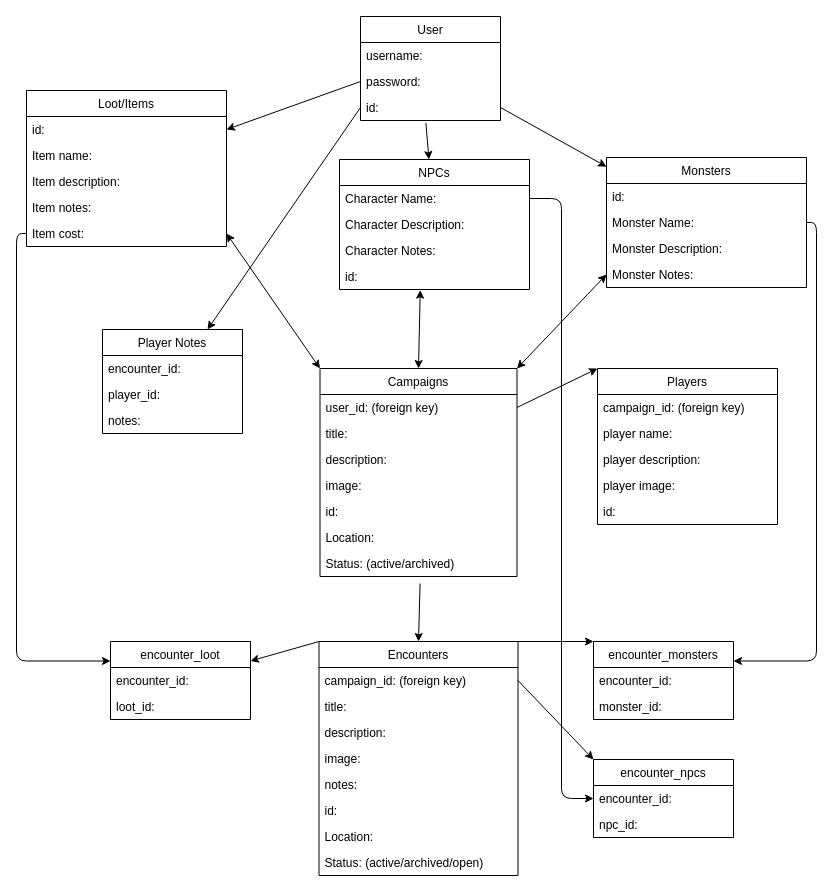
Matt-Eva/Encounter keeps this draw.io diagram as phase-4-project.drawio. Above is the earlier version. Source tidied: cells renumbered, new cells numbered last; positions are measured from the earlier drawing's top-left corner, leaving out a move shared by most shapes. Both pictures are drawn from the tidied source at 100%, with x=0, y=0 at pixel (26, 16).
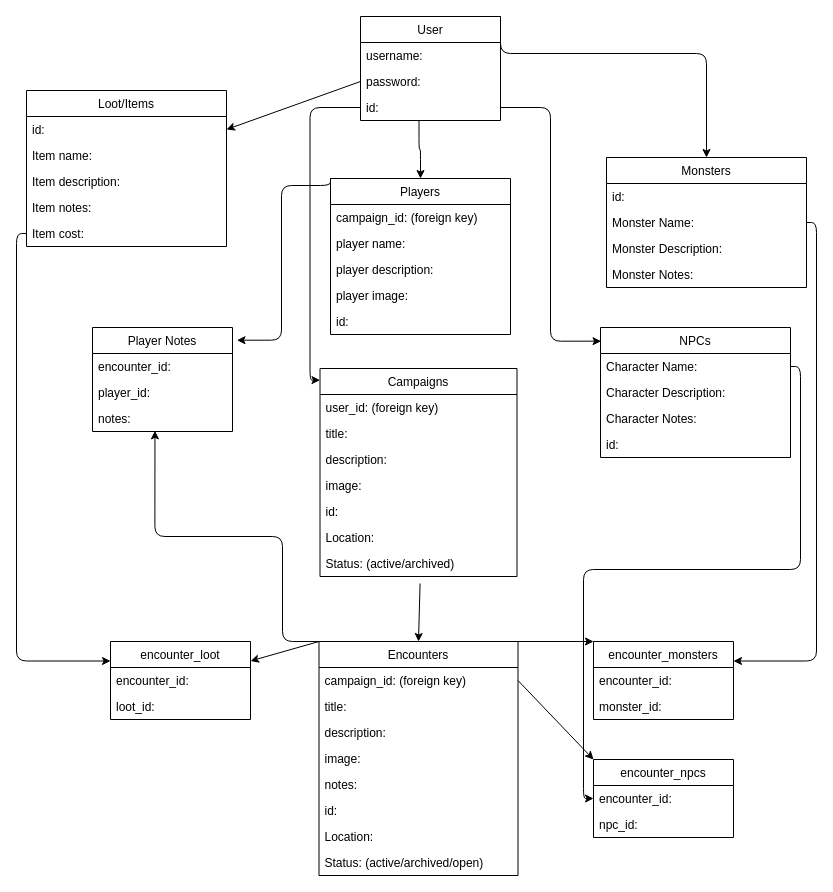
The same diagram, later.

Commit message:
updated schema with Matt

Unchanged cells that the change refers to:
```xml
<mxCell id="2" value="User" style="swimlane;fontStyle=0;horizontal=1;startSize=26;fillColor=none;" parent="1" vertex="1">
  <mxGeometry x="334" width="140" height="104" as="geometry" />
</mxCell>
<mxCell id="5" value="id:" style="text;strokeColor=none;fillColor=none;align=left;verticalAlign=top;spacingLeft=4;spacingRight=4;overflow=hidden;points=[[0,0.5],[1,0.5]];portConstraint=eastwest;" parent="2" vertex="1">
  <mxGeometry y="78" width="140" height="26" as="geometry" />
</mxCell>
<mxCell id="6" value="Campaigns" style="swimlane;fontStyle=0;horizontal=1;startSize=26;fillColor=none;" parent="1" vertex="1">
  <mxGeometry x="293.5" y="352" width="197" height="208" as="geometry" />
</mxCell>
<mxCell id="7" value="user_id: (foreign key)" style="text;strokeColor=none;fillColor=none;align=left;verticalAlign=top;spacingLeft=4;spacingRight=4;overflow=hidden;points=[[0,0.5],[1,0.5]];portConstraint=eastwest;" parent="6" vertex="1">
  <mxGeometry y="26" width="197" height="26" as="geometry" />
</mxCell>
<mxCell id="22" value="Encounters" style="swimlane;fontStyle=0;horizontal=1;startSize=26;fillColor=none;" parent="1" vertex="1">
  <mxGeometry x="292.5" y="625" width="199" height="234" as="geometry" />
</mxCell>
<mxCell id="35" value="id:" style="text;strokeColor=none;fillColor=none;align=left;verticalAlign=top;spacingLeft=4;spacingRight=4;overflow=hidden;points=[[0,0.5],[1,0.5]];portConstraint=eastwest;" parent="31" vertex="1">
  <mxGeometry y="104" width="190" height="26" as="geometry" />
</mxCell>
<mxCell id="36" value="Monsters" style="swimlane;fontStyle=0;horizontal=1;startSize=26;fillColor=none;" parent="1" vertex="1">
  <mxGeometry x="580" y="141" width="200" height="130" as="geometry" />
</mxCell>
<mxCell id="40" value="Monster Notes:" style="text;strokeColor=none;fillColor=none;align=left;verticalAlign=top;spacingLeft=4;spacingRight=4;overflow=hidden;points=[[0,0.5],[1,0.5]];portConstraint=eastwest;" parent="36" vertex="1">
  <mxGeometry y="104" width="200" height="26" as="geometry" />
</mxCell>
<mxCell id="46" value="Item cost:" style="text;strokeColor=none;fillColor=none;align=left;verticalAlign=top;spacingLeft=4;spacingRight=4;overflow=hidden;points=[[0,0.5],[1,0.5]];portConstraint=eastwest;" parent="41" vertex="1">
  <mxGeometry y="130" width="200" height="26" as="geometry" />
</mxCell>
<mxCell id="50" value="notes:" style="text;strokeColor=none;fillColor=none;align=left;verticalAlign=top;spacingLeft=4;spacingRight=4;overflow=hidden;points=[[0,0.5],[1,0.5]];portConstraint=eastwest;" parent="47" vertex="1">
  <mxGeometry y="78" width="140" height="26" as="geometry" />
</mxCell>
```

What changed in the source:
```diff
@@
+    <mxCell id="74" style="edgeStyle=orthogonalEdgeStyle;html=1;exitX=1;exitY=0;exitDx=0;exitDy=0;entryX=0.5;entryY=0;entryDx=0;entryDy=0;startArrow=none;startFill=0;" parent="1" edge="1" source="2" target="36">
+      <mxGeometry relative="1" as="geometry">
+        <Array as="points">
+          <mxPoint x="474" y="37" />
+          <mxPoint x="680" y="37" />
+        </Array>
+      </mxGeometry>
+    </mxCell>
@@
+    <mxCell id="75" style="edgeStyle=orthogonalEdgeStyle;html=1;exitX=0;exitY=0;exitDx=0;exitDy=0;entryX=1.032;entryY=0.122;entryDx=0;entryDy=0;entryPerimeter=0;startArrow=none;startFill=0;" parent="1" edge="1" source="14" target="47">
+      <mxGeometry relative="1" as="geometry">
+        <Array as="points">
+          <mxPoint x="304" y="169" />
+          <mxPoint x="255" y="169" />
+          <mxPoint x="255" y="324" />
+        </Array>
+      </mxGeometry>
+    </mxCell>
     <mxCell id="14" value="Players" style="swimlane;fontStyle=0;horizontal=1;startSize=26;fillColor=none;" parent="1" vertex="1">
-      <mxGeometry x="571" y="352" width="180" height="156" as="geometry" />
+      <mxGeometry x="304" y="162" width="180" height="156" as="geometry" />
     </mxCell>
@@
+    <mxCell id="76" style="edgeStyle=orthogonalEdgeStyle;html=1;exitX=0;exitY=0;exitDx=0;exitDy=0;entryX=0.446;entryY=0.974;entryDx=0;entryDy=0;entryPerimeter=0;startArrow=none;startFill=0;" parent="1" edge="1" source="22" target="50">
+      <mxGeometry relative="1" as="geometry">
+        <Array as="points">
+          <mxPoint x="256" y="625" />
+          <mxPoint x="256" y="520" />
+          <mxPoint x="128" y="520" />
+        </Array>
+      </mxGeometry>
+    </mxCell>
@@
     <mxCell id="31" value="NPCs" style="swimlane;fontStyle=0;horizontal=1;startSize=26;fillColor=none;" parent="1" vertex="1">
-      <mxGeometry x="313" y="143" width="190" height="130" as="geometry" />
+      <mxGeometry x="574" y="311" width="190" height="130" as="geometry" />
     </mxCell>
@@
     <mxCell id="47" value="Player Notes" style="swimlane;fontStyle=0;horizontal=1;startSize=26;fillColor=none;" parent="1" vertex="1">
-      <mxGeometry x="76" y="313" width="140" height="104" as="geometry" />
+      <mxGeometry x="66" y="311" width="140" height="104" as="geometry" />
     </mxCell>
@@
-    <mxCell id="61" style="html=1;exitX=0.467;exitY=1.098;exitDx=0;exitDy=0;exitPerimeter=0;" parent="1" edge="1" source="5" target="31">
-      <mxGeometry relative="1" as="geometry" />
-    </mxCell>
-    <mxCell id="62" style="html=1;exitX=1;exitY=0.5;exitDx=0;exitDy=0;" parent="1" edge="1" source="5" target="36">
-      <mxGeometry relative="1" as="geometry" />
-    </mxCell>
-    <mxCell id="63" style="edgeStyle=none;html=1;exitX=0;exitY=0.5;exitDx=0;exitDy=0;entryX=0.75;entryY=0;entryDx=0;entryDy=0;" parent="1" edge="1" source="5" target="47">
-      <mxGeometry relative="1" as="geometry" />
-    </mxCell>
@@
-    <mxCell id="65" style="edgeStyle=none;html=1;exitX=0.425;exitY=1.026;exitDx=0;exitDy=0;entryX=0.5;entryY=0;entryDx=0;entryDy=0;startArrow=classic;startFill=1;exitPerimeter=0;" parent="1" edge="1" source="35" target="6">
-      <mxGeometry relative="1" as="geometry" />
-    </mxCell>
-    <mxCell id="66" style="edgeStyle=none;html=1;exitX=0;exitY=0.5;exitDx=0;exitDy=0;entryX=1;entryY=0;entryDx=0;entryDy=0;startArrow=classic;startFill=1;" parent="1" edge="1" source="40" target="6">
-      <mxGeometry relative="1" as="geometry" />
-    </mxCell>
-    <mxCell id="67" style="edgeStyle=none;html=1;exitX=1;exitY=0.5;exitDx=0;exitDy=0;entryX=0;entryY=0;entryDx=0;entryDy=0;startArrow=classic;startFill=1;" parent="1" edge="1" source="46" target="6">
-      <mxGeometry relative="1" as="geometry" />
-    </mxCell>
-    <mxCell id="68" style="edgeStyle=none;html=1;exitX=1;exitY=0.5;exitDx=0;exitDy=0;entryX=0;entryY=0;entryDx=0;entryDy=0;startArrow=none;startFill=0;" parent="1" edge="1" source="7" target="14">
-      <mxGeometry relative="1" as="geometry" />
-    </mxCell>
@@
+    <mxCell id="77" style="edgeStyle=orthogonalEdgeStyle;html=1;exitX=0;exitY=0.5;exitDx=0;exitDy=0;entryX=0;entryY=0.056;entryDx=0;entryDy=0;entryPerimeter=0;startArrow=none;startFill=0;" parent="1" edge="1" source="5" target="6">
+      <mxGeometry relative="1" as="geometry" />
+    </mxCell>
+    <mxCell id="61" style="edgeStyle=orthogonalEdgeStyle;html=1;exitX=1;exitY=0.5;exitDx=0;exitDy=0;entryX=0.003;entryY=0.105;entryDx=0;entryDy=0;entryPerimeter=0;startArrow=none;startFill=0;" parent="1" edge="1" source="5" target="31">
+      <mxGeometry relative="1" as="geometry" />
+    </mxCell>
+    <mxCell id="78" style="edgeStyle=orthogonalEdgeStyle;html=1;exitX=0.418;exitY=0.987;exitDx=0;exitDy=0;entryX=0.5;entryY=0;entryDx=0;entryDy=0;startArrow=none;startFill=0;exitPerimeter=0;" parent="1" edge="1" source="5" target="14">
+      <mxGeometry relative="1" as="geometry" />
+    </mxCell>
```
